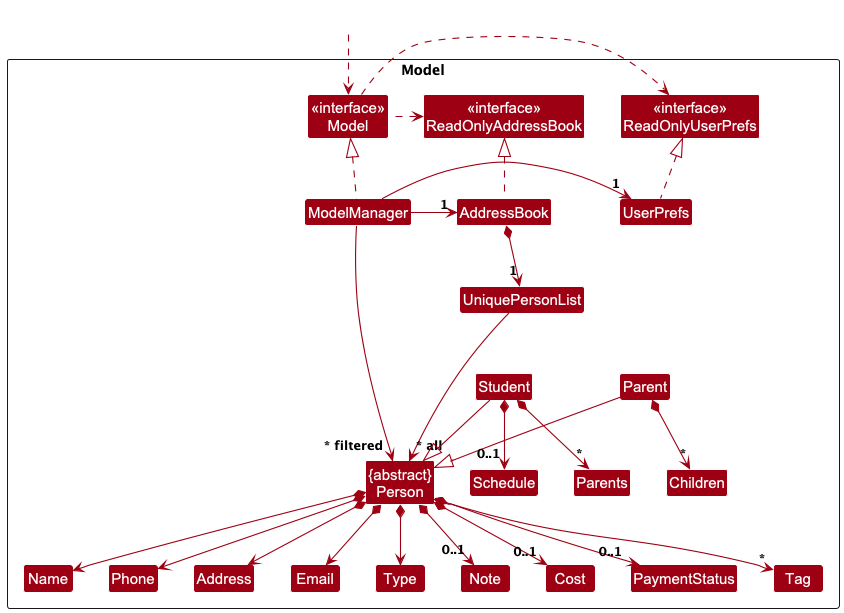
Above: docs/images/ModelClassDiagram.png in seokjoon27/tp (PlantUML), before the change.
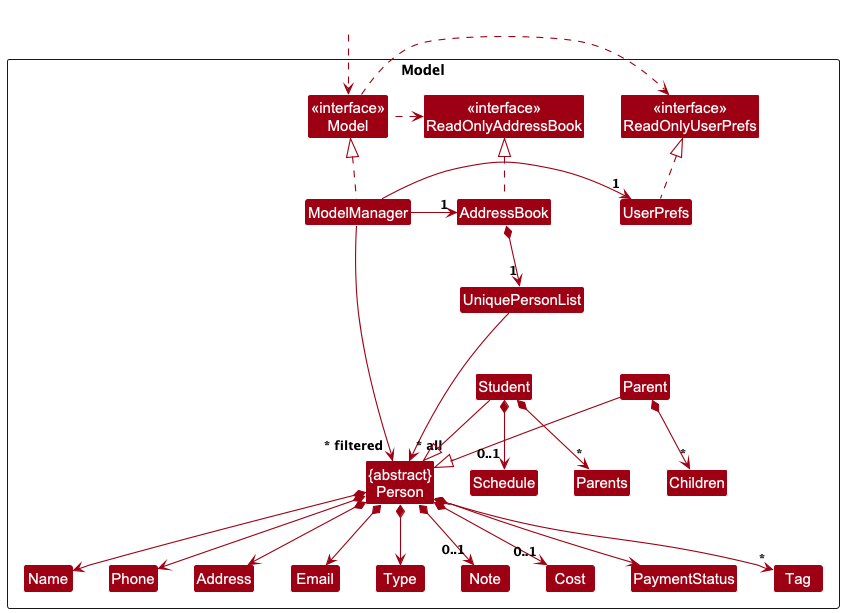
Later version of the same file.

The edit, as a diff of the source:
```diff
@@ -54,7 +54,7 @@
 Person *--> Address
 Person *--> "*" Tag
 Person *--> "0..1" Note
-Person *--> "0..1" PaymentStatus
+Person *--> PaymentStatus
 Person *--> "0..1" Cost
 
 Student --|> Person
```
